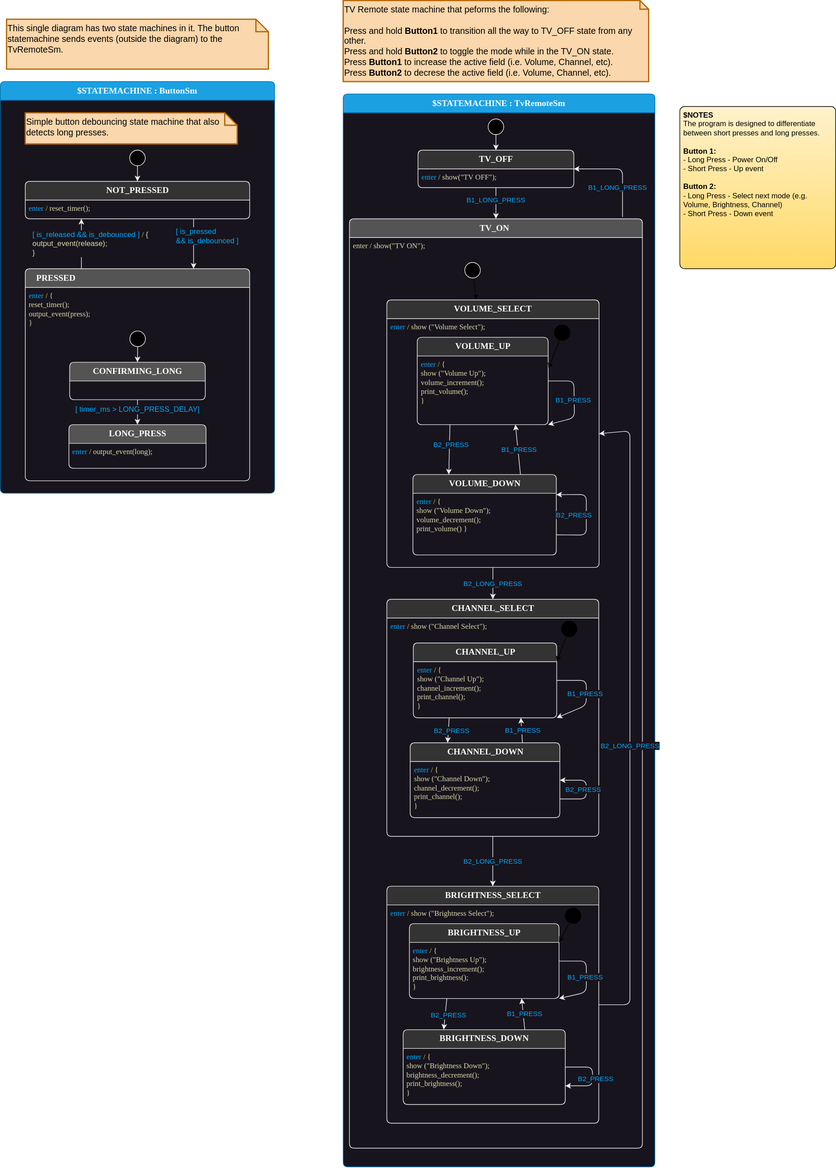
The draw.io diagram TvRemote.drawio.svg in dmbuck32/TvRemote, before a commit. Source tidied: cells renumbered, new cells last; positions are measured from the earlier drawing's top-left corner, leaving out a move shared by most shapes.
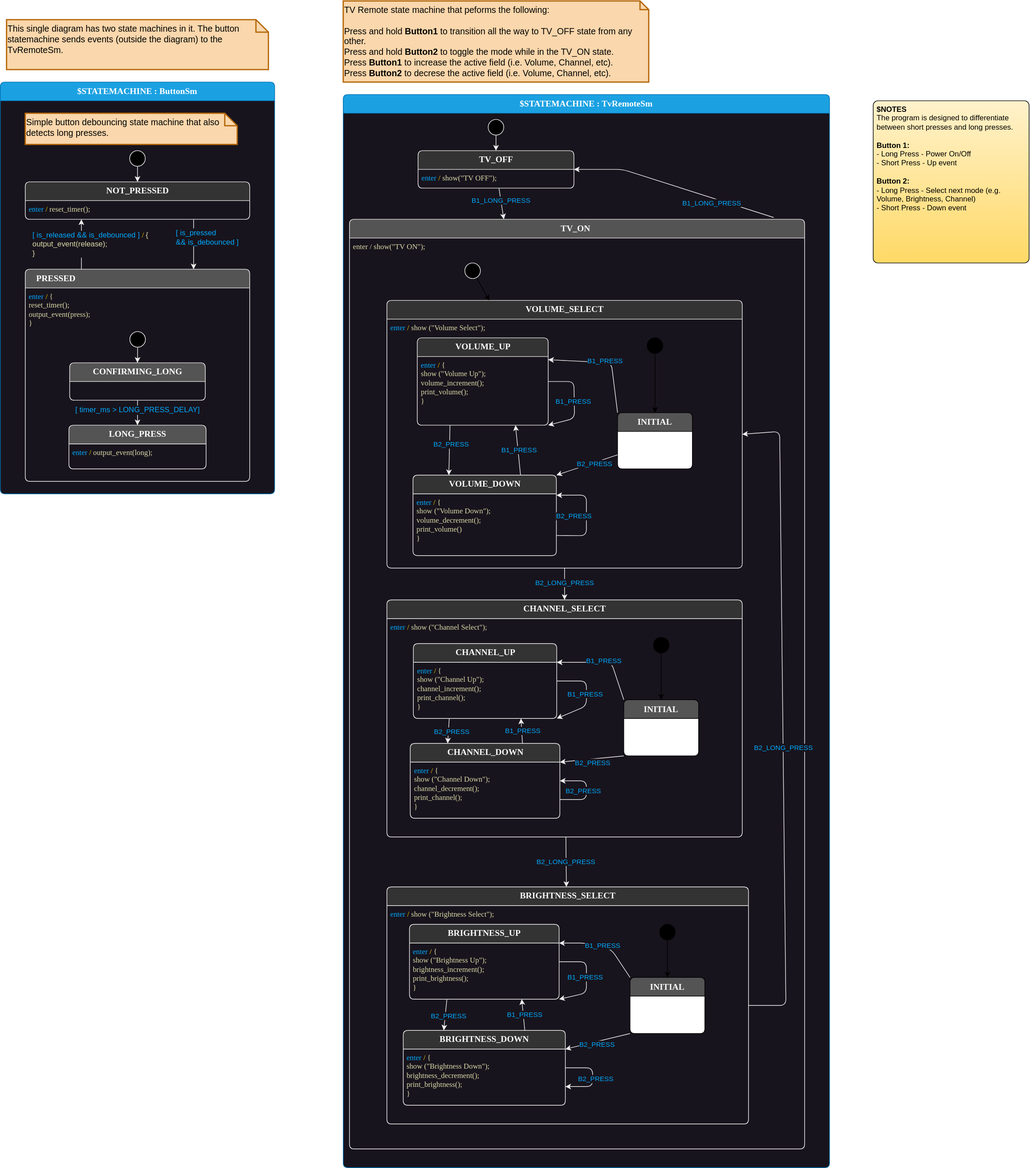
Above is the later version.

Commit message:
fix bug in initial state of up/down events.

Diff of the diagram source:
```diff
@@ -3,7 +3,7 @@
     <mxCell id="0" />
     <mxCell id="1" parent="0" />
     <mxCell id="2" value="$STATEMACHINE : TvRemoteSm" style="shape=swimlane;align=center;verticalAlign=top;fontFamily=Lucida Console;startSize=30;fontSize=14;fontStyle=1;fontColor=#ffffff;fillColor=#1ba1e2;swimlaneFillColor=#18141D;rounded=1;arcSize=15;absoluteArcSize=1;strokeColor=#006EAF;" parent="1" vertex="1">
-      <mxGeometry x="550" y="150" width="500" height="1720" as="geometry" />
+      <mxGeometry x="550" y="150" width="780" height="1720" as="geometry" />
     </mxCell>
     <mxCell id="3" value=" " style="fontFamily=Lucida Console;align=left;verticalAlign=top;fillColor=none;gradientColor=none;strokeColor=none;rounded=0;spacingLeft=4;" parent="2" vertex="1">
       <mxGeometry y="30" width="30" height="20" as="geometry" />
@@ -28,13 +28,13 @@
       </mxGeometry>
     </mxCell>
     <mxCell id="9" value="TV_ON" style="shape=swimlane;align=center;verticalAlign=top;fontFamily=Lucida Console;startSize=30;fontSize=14;fontStyle=1;fontColor=#FAFAFA;fillColor=#545454;swimlaneFillColor=#18141D;rounded=1;arcSize=15;absoluteArcSize=1;spacingRight=4;strokeColor=#F0F0F0;" parent="2" vertex="1">
-      <mxGeometry x="10" y="200" width="470" height="1490" as="geometry" />
+      <mxGeometry x="10" y="200" width="730" height="1490" as="geometry" />
     </mxCell>
     <mxCell id="10" value="enter / show(&quot;TV ON&quot;); " style="fontFamily=Lucida Console;align=left;verticalAlign=top;fillColor=none;gradientColor=none;strokeColor=none;rounded=0;spacingLeft=4;fontColor=#DCDCAA;" parent="9" vertex="1">
       <mxGeometry y="30" width="180" height="30" as="geometry" />
     </mxCell>
     <mxCell id="11" value="VOLUME_SELECT" style="shape=swimlane;align=center;verticalAlign=top;fontFamily=Lucida Console;startSize=30;fontSize=14;fontStyle=1;swimlaneFillColor=#18141d;html=1;rounded=1;arcSize=15;absoluteArcSize=1;fillColor=#333333;fontColor=#FAFAFA;strokeColor=#F0F0F0;points=[[0,0,0,0,0],[0,0.25,0,0,0],[0,0.5,0,0,0],[0,0.75,0,0,0],[0,1,0,0,0],[0.06,1,0,0,0],[0.13,1,0,0,0],[0.19,1,0,0,0],[0.25,0,0,0,0],[0.25,1,0,0,0],[0.31,1,0,0,0],[0.38,1,0,0,0],[0.44,1,0,0,0],[0.5,0,0,0,0],[0.5,1,0,0,0],[0.56,1,0,0,0],[0.63,1,0,0,0],[0.69,1,0,0,0],[0.75,0,0,0,0],[0.75,1,0,0,0],[0.81,1,0,0,0],[0.88,1,0,0,0],[0.94,1,0,0,0],[1,0,0,0,0],[1,0.25,0,0,0],[1,0.5,0,0,0],[1,0.75,0,0,0],[1,1,0,0,0]];" parent="9" vertex="1">
-      <mxGeometry x="60" y="130" width="340.5" height="429" as="geometry" />
+      <mxGeometry x="60" y="130" width="570" height="429" as="geometry" />
     </mxCell>
     <mxCell id="12" value="&lt;font color=&quot;#00aaff&quot;&gt;enter&amp;nbsp;&lt;/font&gt;&lt;font color=&quot;#ffd700&quot;&gt;/&lt;/font&gt;&lt;font color=&quot;#dcdcaa&quot;&gt;&amp;nbsp;&lt;/font&gt;&lt;span style=&quot;color: rgb(220, 220, 170);&quot;&gt;show&lt;/span&gt;&lt;font color=&quot;#dcdcaa&quot;&gt;(&quot;Volume Select&quot;);&lt;/font&gt;&lt;font color=&quot;#dcdcaa&quot;&gt;&lt;br&gt;&lt;/font&gt;" style="fontFamily=Lucida Console;align=left;verticalAlign=top;fillColor=none;gradientColor=none;strokeColor=none;rounded=0;spacingLeft=4;html=1;" parent="11" vertex="1">
       <mxGeometry y="30" width="240" height="30" as="geometry" />
@@ -48,8 +48,8 @@
     <mxCell id="15" value="VOLUME_DOWN" style="shape=swimlane;align=center;verticalAlign=top;fontFamily=Lucida Console;startSize=30;fontSize=14;fontStyle=1;swimlaneFillColor=#18141d;html=1;rounded=1;arcSize=15;absoluteArcSize=1;fillColor=#333333;fontColor=#FAFAFA;strokeColor=#F0F0F0;points=[[0,0,0,0,0],[0,0.25,0,0,0],[0,0.5,0,0,0],[0,0.75,0,0,0],[0,1,0,0,0],[0.06,1,0,0,0],[0.13,1,0,0,0],[0.19,1,0,0,0],[0.25,0,0,0,0],[0.25,1,0,0,0],[0.31,1,0,0,0],[0.38,1,0,0,0],[0.44,1,0,0,0],[0.5,0,0,0,0],[0.5,1,0,0,0],[0.56,1,0,0,0],[0.63,1,0,0,0],[0.69,1,0,0,0],[0.75,0,0,0,0],[0.75,1,0,0,0],[0.81,1,0,0,0],[0.88,1,0,0,0],[0.94,1,0,0,0],[1,0,0,0,0],[1,0.25,0,0,0],[1,0.5,0,0,0],[1,0.75,0,0,0],[1,1,0,0,0]];" parent="11" vertex="1">
       <mxGeometry x="41.9" y="280" width="230" height="129" as="geometry" />
     </mxCell>
-    <mxCell id="16" value="&lt;font color=&quot;#00aaff&quot;&gt;enter&amp;nbsp;&lt;/font&gt;&lt;font color=&quot;#ffd700&quot;&gt;/&lt;/font&gt;&lt;font color=&quot;#dcdcaa&quot;&gt;&amp;nbsp;{&lt;br&gt;&lt;/font&gt;&lt;span style=&quot;color: rgb(220, 220, 170);&quot;&gt;&amp;nbsp; show&lt;/span&gt;&lt;font color=&quot;#dcdcaa&quot;&gt;(&quot;Volume Down&quot;);&lt;/font&gt;&lt;font color=&quot;#dcdcaa&quot;&gt;&lt;br&gt;&lt;/font&gt;&lt;font color=&quot;#00aaff&quot;&gt;&amp;nbsp;&lt;/font&gt;&lt;font color=&quot;#dcdcaa&quot;&gt; volume_decrement();&lt;/font&gt;&lt;font color=&quot;#dcdcaa&quot;&gt;&lt;br&gt;&lt;/font&gt;&lt;font color=&quot;#00aaff&quot;&gt;&amp;nbsp;&amp;nbsp;&lt;/font&gt;&lt;span style=&quot;color: rgb(220, 220, 170);&quot;&gt;print_volume()&lt;/span&gt;&lt;font color=&quot;#dcdcaa&quot;&gt;}&lt;br&gt;&lt;/font&gt;" style="fontFamily=Lucida Console;align=left;verticalAlign=top;fillColor=none;gradientColor=none;strokeColor=none;rounded=0;spacingLeft=4;html=1;" parent="15" vertex="1">
-      <mxGeometry y="30" width="180" height="70" as="geometry" />
+    <mxCell id="16" value="&lt;font color=&quot;#00aaff&quot;&gt;enter&amp;nbsp;&lt;/font&gt;&lt;font color=&quot;#ffd700&quot;&gt;/&lt;/font&gt;&lt;font color=&quot;#dcdcaa&quot;&gt;&amp;nbsp;{&lt;br&gt;&lt;/font&gt;&lt;span style=&quot;color: rgb(220, 220, 170);&quot;&gt;&amp;nbsp; show&lt;/span&gt;&lt;font color=&quot;#dcdcaa&quot;&gt;(&quot;Volume Down&quot;);&lt;/font&gt;&lt;font color=&quot;#dcdcaa&quot;&gt;&lt;br&gt;&lt;/font&gt;&lt;font color=&quot;#00aaff&quot;&gt;&amp;nbsp;&lt;/font&gt;&lt;font color=&quot;#dcdcaa&quot;&gt; volume_decrement();&lt;/font&gt;&lt;font color=&quot;#dcdcaa&quot;&gt;&lt;br&gt;&lt;/font&gt;&lt;font color=&quot;#00aaff&quot;&gt;&amp;nbsp;&amp;nbsp;&lt;/font&gt;&lt;span style=&quot;color: rgb(220, 220, 170);&quot;&gt;print_volume()&lt;br&gt;&lt;/span&gt;&lt;font color=&quot;#dcdcaa&quot;&gt;}&lt;br&gt;&lt;/font&gt;" style="fontFamily=Lucida Console;align=left;verticalAlign=top;fillColor=none;gradientColor=none;strokeColor=none;rounded=0;spacingLeft=4;html=1;" parent="15" vertex="1">
+      <mxGeometry y="30" width="180" height="90" as="geometry" />
     </mxCell>
     <mxCell id="17" value="B2_PRESS" style="edgeStyle=none;html=1;fontColor=#00AAFF;strokeColor=#F0F0F0;labelBackgroundColor=#18141D;entryX=0.25;entryY=0;entryDx=0;entryDy=0;entryPerimeter=0;exitX=0.25;exitY=1;exitDx=0;exitDy=0;exitPerimeter=0;" parent="11" edge="1" source="13" target="15">
       <mxGeometry x="-0.21" y="2" relative="1" as="geometry" />
@@ -57,11 +57,11 @@
     <mxCell id="18" value="B1_PRESS" style="edgeStyle=none;html=1;fontColor=#00AAFF;strokeColor=#F0F0F0;labelBackgroundColor=#18141D;entryX=0.75;entryY=1;entryDx=0;entryDy=0;entryPerimeter=0;exitX=0.75;exitY=0;exitDx=0;exitDy=0;exitPerimeter=0;" parent="11" edge="1" source="15" target="13">
       <mxGeometry y="-2" relative="1" as="geometry" />
     </mxCell>
-    <mxCell id="19" style="edgeStyle=none;html=1;entryX=1.003;entryY=0.358;entryDx=0;entryDy=0;entryPerimeter=0;" parent="11" edge="1" source="20" target="13">
+    <mxCell id="19" style="edgeStyle=none;html=1;entryX=0.5;entryY=0;entryDx=0;entryDy=0;" parent="11" edge="1" source="20" target="74">
       <mxGeometry relative="1" as="geometry" />
     </mxCell>
     <mxCell id="20" value="$initial_state" style="shape=ellipse;fillColor=#000000;noLabel=1;" parent="11" vertex="1">
-      <mxGeometry x="268.8" y="40" width="25" height="25" as="geometry" />
+      <mxGeometry x="417.5" y="60" width="25" height="25" as="geometry" />
     </mxCell>
     <mxCell id="21" value="B1_PRESS" style="edgeStyle=none;html=1;fontColor=#00AAFF;strokeColor=#F0F0F0;labelBackgroundColor=#18141D;entryX=1;entryY=1;entryDx=0;entryDy=0;entryPerimeter=0;exitX=1;exitY=0.5;exitDx=0;exitDy=0;exitPerimeter=0;" parent="11" edge="1" source="13" target="13">
       <mxGeometry x="0.01" y="-2" relative="1" as="geometry">
@@ -80,14 +80,30 @@
         <mxPoint y="1" as="offset" />
       </mxGeometry>
     </mxCell>
+    <mxCell id="74" value="INITIAL" style="shape=swimlane;align=center;verticalAlign=top;fontFamily=Lucida Console;startSize=30;fontSize=14;fontStyle=1;fontColor=#FAFAFA;fillColor=#545454;swimlaneFillColor=default;rounded=1;arcSize=15;absoluteArcSize=1;" parent="11" vertex="1">
+      <mxGeometry x="370" y="180" width="120" height="90" as="geometry" />
+    </mxCell>
+    <mxCell id="75" value=" " style="fontFamily=Lucida Console;align=left;verticalAlign=top;fillColor=none;gradientColor=none;strokeColor=none;rounded=0;spacingLeft=4;" parent="74" vertex="1">
+      <mxGeometry y="30" width="30" height="20" as="geometry" />
+    </mxCell>
+    <mxCell id="76" value="B1_PRESS" style="edgeStyle=none;html=1;fontColor=#00AAFF;strokeColor=#F0F0F0;labelBackgroundColor=#18141D;entryX=1;entryY=0.25;entryDx=0;entryDy=0;entryPerimeter=0;exitX=0;exitY=0;exitDx=0;exitDy=0;" parent="11" edge="1" source="74" target="13">
+      <mxGeometry y="-2" relative="1" as="geometry">
+        <Array as="points">
+          <mxPoint x="360" y="100" />
+        </Array>
+      </mxGeometry>
+    </mxCell>
+    <mxCell id="77" value="B2_PRESS" style="edgeStyle=none;html=1;fontColor=#00AAFF;strokeColor=#F0F0F0;labelBackgroundColor=#18141D;entryX=1;entryY=0;entryDx=0;entryDy=0;entryPerimeter=0;exitX=0;exitY=0.75;exitDx=0;exitDy=0;" parent="11" edge="1" source="74" target="15">
+      <mxGeometry x="-0.21" y="2" relative="1" as="geometry" />
+    </mxCell>
     <mxCell id="23" value="B2_LONG_PRESS" style="edgeStyle=none;html=1;fontColor=#00AAFF;strokeColor=#F0F0F0;labelBackgroundColor=#18141D;" parent="9" edge="1" source="11" target="27">
       <mxGeometry relative="1" as="geometry" />
     </mxCell>
     <mxCell id="24" value="B2_LONG_PRESS" style="edgeStyle=none;html=1;exitX=1;exitY=0.5;exitDx=0;exitDy=0;exitPerimeter=0;entryX=1;entryY=0.5;entryDx=0;entryDy=0;entryPerimeter=0;fontColor=#00AAFF;strokeColor=#F0F0F0;labelBackgroundColor=#18141D;" parent="9" edge="1" source="39" target="11">
       <mxGeometry x="-0.09" relative="1" as="geometry">
         <Array as="points">
-          <mxPoint x="450" y="1260" />
-          <mxPoint x="450" y="340" />
+          <mxPoint x="700" y="1260" />
+          <mxPoint x="690" y="340" />
         </Array>
       </mxGeometry>
     </mxCell>
@@ -98,7 +114,7 @@
       <mxGeometry x="185" y="70" width="25" height="25" as="geometry" />
     </mxCell>
     <mxCell id="27" value="CHANNEL_SELECT" style="shape=swimlane;align=center;verticalAlign=top;fontFamily=Lucida Console;startSize=30;fontSize=14;fontStyle=1;swimlaneFillColor=#18141d;html=1;rounded=1;arcSize=15;absoluteArcSize=1;fillColor=#333333;fontColor=#FAFAFA;strokeColor=#F0F0F0;points=[[0,0,0,0,0],[0,0.25,0,0,0],[0,0.5,0,0,0],[0,0.75,0,0,0],[0,1,0,0,0],[0.06,1,0,0,0],[0.13,1,0,0,0],[0.19,1,0,0,0],[0.25,0,0,0,0],[0.25,1,0,0,0],[0.31,1,0,0,0],[0.38,1,0,0,0],[0.44,1,0,0,0],[0.5,0,0,0,0],[0.5,1,0,0,0],[0.56,1,0,0,0],[0.63,1,0,0,0],[0.69,1,0,0,0],[0.75,0,0,0,0],[0.75,1,0,0,0],[0.81,1,0,0,0],[0.88,1,0,0,0],[0.94,1,0,0,0],[1,0,0,0,0],[1,0.25,0,0,0],[1,0.5,0,0,0],[1,0.75,0,0,0],[1,1,0,0,0]];" parent="9" vertex="1">
-      <mxGeometry x="60" y="610" width="340" height="380" as="geometry" />
+      <mxGeometry x="60" y="610" width="570" height="380" as="geometry" />
     </mxCell>
     <mxCell id="28" value="&lt;font color=&quot;#00aaff&quot;&gt;enter&amp;nbsp;&lt;/font&gt;&lt;font color=&quot;#ffd700&quot;&gt;/&lt;/font&gt;&lt;font color=&quot;#dcdcaa&quot;&gt;&amp;nbsp;&lt;/font&gt;&lt;span style=&quot;color: rgb(220, 220, 170);&quot;&gt;show&lt;/span&gt;&lt;font color=&quot;#dcdcaa&quot;&gt;(&quot;Channel Select&quot;);&lt;/font&gt;&lt;font color=&quot;#dcdcaa&quot;&gt;&lt;br&gt;&lt;/font&gt;" style="fontFamily=Lucida Console;align=left;verticalAlign=top;fillColor=none;gradientColor=none;strokeColor=none;rounded=0;spacingLeft=4;html=1;" parent="27" vertex="1">
       <mxGeometry y="30" width="250" height="30" as="geometry" />
@@ -123,11 +139,11 @@
     <mxCell id="34" value="B1_PRESS" style="edgeStyle=none;html=1;fontColor=#00AAFF;strokeColor=#F0F0F0;labelBackgroundColor=#18141D;entryX=0.75;entryY=1;entryDx=0;entryDy=0;entryPerimeter=0;exitX=0.75;exitY=0;exitDx=0;exitDy=0;exitPerimeter=0;" parent="27" edge="1" source="31" target="29">
       <mxGeometry y="-2" relative="1" as="geometry" />
     </mxCell>
-    <mxCell id="35" style="edgeStyle=none;html=1;entryX=1;entryY=0.25;entryDx=0;entryDy=0;entryPerimeter=0;" parent="27" edge="1" source="36" target="29">
-      <mxGeometry relative="1" as="geometry" />
-    </mxCell>
+    <mxCell id="78" style="edgeStyle=none;html=1;exitX=0.5;exitY=1;exitDx=0;exitDy=0;entryX=0.5;entryY=0;entryDx=0;entryDy=0;" parent="27" edge="1" source="36" target="79">
+      <mxGeometry relative="1" as="geometry" />
+    </mxCell>
     <mxCell id="36" value="$initial_state" style="shape=ellipse;fillColor=#000000;noLabel=1;" parent="27" vertex="1">
-      <mxGeometry x="280" y="35" width="25" height="25" as="geometry" />
+      <mxGeometry x="427.5" y="60" width="25" height="25" as="geometry" />
     </mxCell>
     <mxCell id="37" value="B1_PRESS" style="edgeStyle=none;html=1;fontColor=#00AAFF;strokeColor=#F0F0F0;labelBackgroundColor=#18141D;entryX=1;entryY=1;entryDx=0;entryDy=0;entryPerimeter=0;exitX=1;exitY=0.5;exitDx=0;exitDy=0;exitPerimeter=0;" parent="27" edge="1" source="29" target="29">
       <mxGeometry y="-2" relative="1" as="geometry">
@@ -146,8 +162,26 @@
         <mxPoint y="1" as="offset" />
       </mxGeometry>
     </mxCell>
+    <mxCell id="79" value="INITIAL" style="shape=swimlane;align=center;verticalAlign=top;fontFamily=Lucida Console;startSize=30;fontSize=14;fontStyle=1;fontColor=#FAFAFA;fillColor=#545454;swimlaneFillColor=default;rounded=1;arcSize=15;absoluteArcSize=1;" parent="27" vertex="1">
+      <mxGeometry x="380" y="160" width="120" height="90" as="geometry" />
+    </mxCell>
+    <mxCell id="80" value=" " style="fontFamily=Lucida Console;align=left;verticalAlign=top;fillColor=none;gradientColor=none;strokeColor=none;rounded=0;spacingLeft=4;" parent="79" vertex="1">
+      <mxGeometry y="30" width="30" height="20" as="geometry" />
+    </mxCell>
+    <mxCell id="81" value="B2_PRESS" style="edgeStyle=none;html=1;fontColor=#00AAFF;strokeColor=#F0F0F0;labelBackgroundColor=#18141D;entryX=1;entryY=0.25;entryDx=0;entryDy=0;entryPerimeter=0;exitX=0;exitY=1;exitDx=0;exitDy=0;" parent="27" edge="1" source="79" target="31">
+      <mxGeometry x="0.01" y="5" relative="1" as="geometry">
+        <mxPoint y="1" as="offset" />
+      </mxGeometry>
+    </mxCell>
+    <mxCell id="82" value="B1_PRESS" style="edgeStyle=none;html=1;fontColor=#00AAFF;strokeColor=#F0F0F0;labelBackgroundColor=#18141D;entryX=1;entryY=0.25;entryDx=0;entryDy=0;entryPerimeter=0;exitX=0;exitY=0;exitDx=0;exitDy=0;" parent="27" edge="1" source="79" target="29">
+      <mxGeometry y="-2" relative="1" as="geometry">
+        <Array as="points">
+          <mxPoint x="360" y="100" />
+        </Array>
+      </mxGeometry>
+    </mxCell>
     <mxCell id="39" value="BRIGHTNESS_SELECT" style="shape=swimlane;align=center;verticalAlign=top;fontFamily=Lucida Console;startSize=30;fontSize=14;fontStyle=1;swimlaneFillColor=#18141d;html=1;rounded=1;arcSize=15;absoluteArcSize=1;fillColor=#333333;fontColor=#FAFAFA;strokeColor=#F0F0F0;points=[[0,0,0,0,0],[0,0.25,0,0,0],[0,0.5,0,0,0],[0,0.75,0,0,0],[0,1,0,0,0],[0.06,1,0,0,0],[0.13,1,0,0,0],[0.19,1,0,0,0],[0.25,0,0,0,0],[0.25,1,0,0,0],[0.31,1,0,0,0],[0.38,1,0,0,0],[0.44,1,0,0,0],[0.5,0,0,0,0],[0.5,1,0,0,0],[0.56,1,0,0,0],[0.63,1,0,0,0],[0.69,1,0,0,0],[0.75,0,0,0,0],[0.75,1,0,0,0],[0.81,1,0,0,0],[0.88,1,0,0,0],[0.94,1,0,0,0],[1,0,0,0,0],[1,0.25,0,0,0],[1,0.5,0,0,0],[1,0.75,0,0,0],[1,1,0,0,0]];" parent="9" vertex="1">
-      <mxGeometry x="60" y="1070" width="340" height="380" as="geometry" />
+      <mxGeometry x="60" y="1070" width="580" height="380" as="geometry" />
     </mxCell>
     <mxCell id="40" value="&lt;font color=&quot;#00aaff&quot;&gt;enter&amp;nbsp;&lt;/font&gt;&lt;font color=&quot;#ffd700&quot;&gt;/&lt;/font&gt;&lt;font color=&quot;#dcdcaa&quot;&gt;&amp;nbsp;&lt;/font&gt;&lt;span style=&quot;color: rgb(220, 220, 170);&quot;&gt;show&lt;/span&gt;&lt;font color=&quot;#dcdcaa&quot;&gt;(&quot;Brightness Select&quot;);&lt;/font&gt;&lt;font color=&quot;#dcdcaa&quot;&gt;&lt;br&gt;&lt;/font&gt;" style="fontFamily=Lucida Console;align=left;verticalAlign=top;fillColor=none;gradientColor=none;strokeColor=none;rounded=0;spacingLeft=4;html=1;" parent="39" vertex="1">
       <mxGeometry y="30" width="270" height="30" as="geometry" />
@@ -170,11 +204,11 @@
     <mxCell id="46" value="B1_PRESS" style="edgeStyle=none;html=1;fontColor=#00AAFF;strokeColor=#F0F0F0;labelBackgroundColor=#18141D;entryX=0.75;entryY=1;entryDx=0;entryDy=0;entryPerimeter=0;exitX=0.75;exitY=0;exitDx=0;exitDy=0;exitPerimeter=0;" parent="39" edge="1" source="43" target="41">
       <mxGeometry y="-2" relative="1" as="geometry" />
     </mxCell>
-    <mxCell id="47" style="edgeStyle=none;html=1;entryX=1;entryY=0.25;entryDx=0;entryDy=0;entryPerimeter=0;" parent="39" edge="1" source="48" target="41">
+    <mxCell id="47" style="edgeStyle=none;html=1;entryX=0.5;entryY=0;entryDx=0;entryDy=0;" parent="39" edge="1" source="48" target="83">
       <mxGeometry relative="1" as="geometry" />
     </mxCell>
     <mxCell id="48" value="$initial_state" style="shape=ellipse;fillColor=#000000;noLabel=1;" parent="39" vertex="1">
-      <mxGeometry x="286.2" y="35" width="25" height="25" as="geometry" />
+      <mxGeometry x="437.5" y="60" width="25" height="25" as="geometry" />
     </mxCell>
     <mxCell id="49" value="B1_PRESS" style="edgeStyle=none;html=1;fontColor=#00AAFF;strokeColor=#F0F0F0;labelBackgroundColor=#18141D;entryX=1;entryY=1;entryDx=0;entryDy=0;entryPerimeter=0;exitX=1;exitY=0.5;exitDx=0;exitDy=0;exitPerimeter=0;" parent="39" edge="1" source="41" target="41">
       <mxGeometry y="-2" relative="1" as="geometry">
@@ -192,6 +226,23 @@
         </Array>
       </mxGeometry>
     </mxCell>
+    <mxCell id="83" value="INITIAL" style="shape=swimlane;align=center;verticalAlign=top;fontFamily=Lucida Console;startSize=30;fontSize=14;fontStyle=1;fontColor=#FAFAFA;fillColor=#545454;swimlaneFillColor=default;rounded=1;arcSize=15;absoluteArcSize=1;" parent="39" vertex="1">
+      <mxGeometry x="390" y="145" width="120" height="90" as="geometry" />
+    </mxCell>
+    <mxCell id="84" value=" " style="fontFamily=Lucida Console;align=left;verticalAlign=top;fillColor=none;gradientColor=none;strokeColor=none;rounded=0;spacingLeft=4;" parent="83" vertex="1">
+      <mxGeometry y="30" width="30" height="20" as="geometry" />
+    </mxCell>
+    <mxCell id="85" value="B1_PRESS" style="edgeStyle=none;html=1;fontColor=#00AAFF;strokeColor=#F0F0F0;labelBackgroundColor=#18141D;entryX=1;entryY=0.25;entryDx=0;entryDy=0;entryPerimeter=0;exitX=0;exitY=0;exitDx=0;exitDy=0;" parent="39" edge="1" source="83" target="41">
+      <mxGeometry y="-2" relative="1" as="geometry">
+        <Array as="points">
+          <mxPoint x="360" y="100" />
+          <mxPoint x="320" y="90" />
+        </Array>
+      </mxGeometry>
+    </mxCell>
+    <mxCell id="86" value="B2_PRESS" style="edgeStyle=none;html=1;fontColor=#00AAFF;strokeColor=#F0F0F0;labelBackgroundColor=#18141D;entryX=1;entryY=0.25;entryDx=0;entryDy=0;entryPerimeter=0;exitX=0;exitY=1;exitDx=0;exitDy=0;" parent="39" edge="1" source="83" target="43">
+      <mxGeometry x="0.06" y="5" relative="1" as="geometry" />
+    </mxCell>
     <mxCell id="51" value="B2_LONG_PRESS" style="edgeStyle=none;html=1;fontColor=#00AAFF;strokeColor=#F0F0F0;labelBackgroundColor=#18141D;" parent="9" edge="1" source="27" target="39">
       <mxGeometry relative="1" as="geometry" />
     </mxCell>
@@ -199,7 +250,7 @@
       <mxGeometry x="-0.2" relative="1" as="geometry" />
     </mxCell>
     <mxCell id="53" value="&lt;b&gt;$NOTES&lt;/b&gt;&lt;br&gt;The program is designed to differentiate between short presses and long presses.&lt;br&gt;&lt;br&gt;&lt;b&gt;Button 1:&lt;/b&gt;&lt;br&gt;- Long Press - Power On/Off&lt;br&gt;- Short Press - Up event&lt;br&gt;&lt;br&gt;&lt;b&gt;Button 2:&lt;br&gt;&lt;/b&gt;- Long Press - Select next mode (e.g. Volume, Brightness, Channel)&lt;br&gt;- Short Press - Down event" style="shape=rectangle;rounded=1;arcSize=15;absoluteArcSize=1;align=left;verticalAlign=top;whiteSpace=wrap;html=1;spacingLeft=4;strokeWidth=1;strokeColor=default;fillColor=#fff2cc;fontColor=#000000;gradientColor=#ffd966;" parent="1" vertex="1">
-      <mxGeometry x="1090" y="170" width="250" height="260" as="geometry" />
+      <mxGeometry x="1400" y="160" width="250" height="260" as="geometry" />
     </mxCell>
     <mxCell id="54" value="$STATEMACHINE : ButtonSm" style="shape=swimlane;align=center;verticalAlign=top;fontFamily=Lucida Console;startSize=30;fontSize=14;fontStyle=1;swimlaneFillColor=#18141d;rounded=1;arcSize=15;absoluteArcSize=1;fillColor=#1ba1e2;fontColor=#ffffff;strokeColor=#006EAF;" parent="1" vertex="1">
       <mxGeometry y="130" width="440" height="660" as="geometry" />
```
